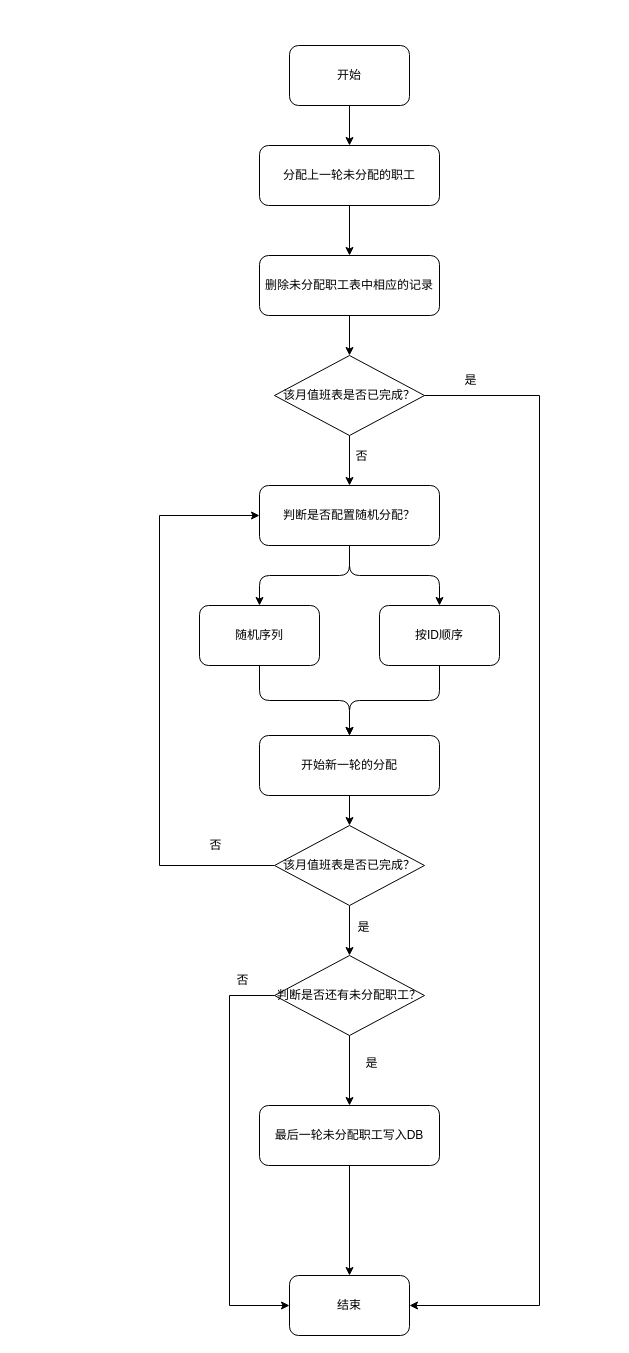
This is at.drawio from hanzug/draw.io, a draw.io file, before an edit. Source tidied: cells renumbered, new cells numbered last; positions are measured from the earlier drawing's top-left corner, leaving out a move shared by most shapes. Both pictures are drawn from the tidied source at 100%, with x=0, y=0 at pixel (159, 45).
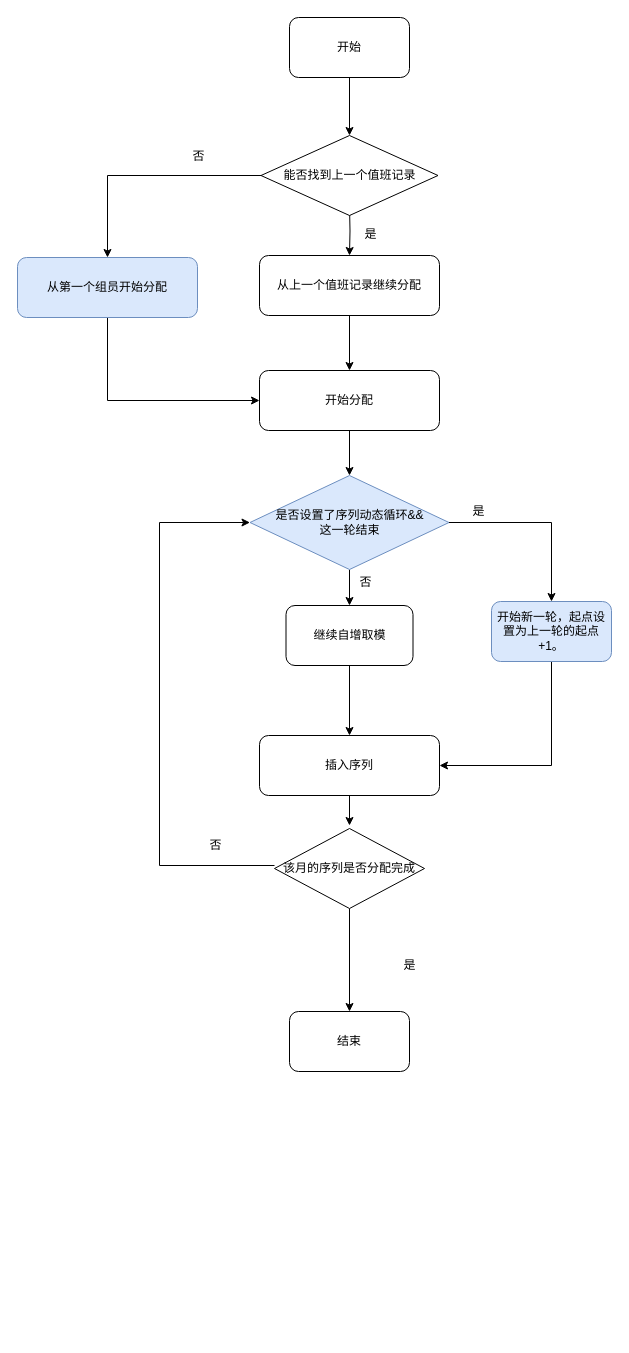
The same diagram, later.

Diff of the diagram source:
```diff
@@
-    <mxCell id="2" style="edgeStyle=orthogonalEdgeStyle;rounded=0;jettySize=auto;html=1;exitX=0.5;exitY=1;exitDx=0;exitDy=0;entryX=0.5;entryY=0;entryDx=0;entryDy=0;" parent="1" edge="1" source="3" target="8">
-      <mxGeometry relative="1" as="geometry" />
-    </mxCell>
+    <mxCell id="35" style="edgeStyle=orthogonalEdgeStyle;rounded=0;jettySize=auto;html=1;exitX=0.5;exitY=1;exitDx=0;exitDy=0;entryX=0.5;entryY=0;entryDx=0;entryDy=0;" parent="1" edge="1" source="3" target="38">
+      <mxGeometry relative="1" as="geometry" />
+    </mxCell>
     <mxCell id="3" value="开始" style="rounded=1;whiteSpace=wrap;html=1;" parent="1" vertex="1">
-      <mxGeometry x="130" width="120" height="60" as="geometry" />
+      <mxGeometry x="130" y="-28" width="120" height="60" as="geometry" />
     </mxCell>
-    <mxCell id="4" value="判断是否配置随机分配？" style="rounded=1;whiteSpace=wrap;html=1;" parent="1" vertex="1">
-      <mxGeometry x="100" y="440" width="180" height="60" as="geometry" />
-    </mxCell>
-    <mxCell id="5" value="随机序列" style="rounded=1;whiteSpace=wrap;html=1;" parent="1" vertex="1">
-      <mxGeometry x="40" y="560" width="120" height="60" as="geometry" />
+    <mxCell id="5" value="继续自增取模" style="rounded=1;whiteSpace=wrap;html=1;" parent="1" vertex="1">
+      <mxGeometry x="126.5" y="560" width="127" height="60" as="geometry" />
     </mxCell>
+    <mxCell id="15" style="edgeStyle=orthogonalEdgeStyle;rounded=0;jettySize=auto;html=1;exitX=0.5;exitY=1;exitDx=0;exitDy=0;entryX=1;entryY=0.5;entryDx=0;entryDy=0;" parent="1" edge="1" source="6" target="17">
+      <mxGeometry relative="1" as="geometry" />
+    </mxCell>
-    <mxCell id="6" value="按ID顺序" style="rounded=1;whiteSpace=wrap;html=1;" parent="1" vertex="1">
-      <mxGeometry x="220" y="560" width="120" height="60" as="geometry" />
+    <mxCell id="6" value="&lt;div&gt;开始新一轮，起点设置为上一轮的起点+1。&lt;/div&gt;" style="rounded=1;whiteSpace=wrap;html=1;fillColor=#dae8fc;strokeColor=#6c8ebf;" parent="1" vertex="1">
+      <mxGeometry x="332" y="556" width="120" height="60" as="geometry" />
     </mxCell>
-    <mxCell id="7" style="edgeStyle=orthogonalEdgeStyle;rounded=0;jettySize=auto;html=1;exitX=0.5;exitY=1;exitDx=0;exitDy=0;entryX=0.5;entryY=0;entryDx=0;entryDy=0;" parent="1" edge="1" source="8" target="28">
-      <mxGeometry relative="1" as="geometry" />
+    <mxCell id="7" style="edgeStyle=orthogonalEdgeStyle;rounded=0;jettySize=auto;html=1;exitX=0.5;exitY=1;exitDx=0;exitDy=0;entryX=0.5;entryY=0;entryDx=0;entryDy=0;" parent="1" edge="1" target="28">
+      <mxGeometry relative="1" as="geometry">
+        <mxPoint x="190" y="160" as="sourcePoint" />
+      </mxGeometry>
     </mxCell>
-    <mxCell id="8" value="分配上一轮未分配的职工" style="rounded=1;whiteSpace=wrap;html=1;" parent="1" vertex="1">
-      <mxGeometry x="100" y="100" width="180" height="60" as="geometry" />
-    </mxCell>
     <mxCell id="9" value="结束" style="rounded=1;whiteSpace=wrap;html=1;" parent="1" vertex="1">
-      <mxGeometry x="130" y="1230" width="120" height="60" as="geometry" />
+      <mxGeometry x="130" y="966" width="120" height="60" as="geometry" />
     </mxCell>
-    <mxCell id="10" style="edgeStyle=orthogonalEdgeStyle;rounded=0;jettySize=auto;html=1;exitX=0.5;exitY=1;exitDx=0;exitDy=0;" parent="1" edge="1" source="11" target="9">
-      <mxGeometry relative="1" as="geometry" />
-    </mxCell>
-    <mxCell id="11" value="最后一轮未分配职工写入DB" style="rounded=1;whiteSpace=wrap;html=1;" parent="1" vertex="1">
-      <mxGeometry x="100" y="1060" width="180" height="60" as="geometry" />
-    </mxCell>
-    <mxCell id="12" style="edgeStyle=orthogonalEdgeStyle;rounded=1;jettySize=auto;html=1;exitX=0.5;exitY=1;exitDx=0;exitDy=0;" parent="1" edge="1" source="4" target="5">
-      <mxGeometry relative="1" as="geometry">
-        <Array as="points">
-          <mxPoint x="190" y="530" />
-          <mxPoint x="100" y="530" />
-        </Array>
-      </mxGeometry>
-    </mxCell>
-    <mxCell id="13" style="edgeStyle=orthogonalEdgeStyle;rounded=1;jettySize=auto;html=1;exitX=0.5;exitY=1;exitDx=0;exitDy=0;" parent="1" edge="1" source="4" target="6">
-      <mxGeometry relative="1" as="geometry" />
-    </mxCell>
@@
-    <mxCell id="15" style="edgeStyle=orthogonalEdgeStyle;rounded=1;jettySize=auto;html=1;exitX=0.5;exitY=1;exitDx=0;exitDy=0;entryX=0.5;entryY=0;entryDx=0;entryDy=0;" parent="1" edge="1" source="6" target="17">
-      <mxGeometry relative="1" as="geometry" />
-    </mxCell>
-    <mxCell id="16" style="edgeStyle=orthogonalEdgeStyle;rounded=0;jettySize=auto;html=1;exitX=0.5;exitY=1;exitDx=0;exitDy=0;entryX=0.5;entryY=0;entryDx=0;entryDy=0;" parent="1" edge="1" source="17" target="26">
-      <mxGeometry relative="1" as="geometry" />
+    <mxCell id="16" style="edgeStyle=orthogonalEdgeStyle;rounded=0;jettySize=auto;html=1;exitX=0.5;exitY=1;exitDx=0;exitDy=0;entryX=0.5;entryY=0;entryDx=0;entryDy=0;" parent="1" edge="1" source="17">
+      <mxGeometry relative="1" as="geometry">
+        <mxPoint x="190" y="780" as="targetPoint" />
+      </mxGeometry>
     </mxCell>
-    <mxCell id="17" value="开始新一轮的分配" style="rounded=1;whiteSpace=wrap;html=1;" parent="1" vertex="1">
+    <mxCell id="17" value="插入序列" style="rounded=1;whiteSpace=wrap;html=1;" parent="1" vertex="1">
       <mxGeometry x="100" y="690" width="180" height="60" as="geometry" />
     </mxCell>
-    <mxCell id="18" style="edgeStyle=orthogonalEdgeStyle;rounded=0;jettySize=auto;html=1;exitX=1;exitY=0.5;exitDx=0;exitDy=0;entryX=1;entryY=0.5;entryDx=0;entryDy=0;" parent="1" edge="1" source="20" target="9">
-      <mxGeometry relative="1" as="geometry">
-        <Array as="points">
-          <mxPoint x="380" y="350" />
-          <mxPoint x="380" y="1260" />
-        </Array>
-      </mxGeometry>
+    <mxCell id="18" style="edgeStyle=orthogonalEdgeStyle;rounded=0;jettySize=auto;html=1;exitX=0.5;exitY=1;exitDx=0;exitDy=0;" parent="1" edge="1" source="20" target="9">
+      <mxGeometry relative="1" as="geometry" />
     </mxCell>
-    <mxCell id="19" style="edgeStyle=orthogonalEdgeStyle;rounded=0;jettySize=auto;html=1;exitX=0.5;exitY=1;exitDx=0;exitDy=0;entryX=0.5;entryY=0;entryDx=0;entryDy=0;" parent="1" edge="1" source="20" target="4">
-      <mxGeometry relative="1" as="geometry" />
-    </mxCell>
-    <mxCell id="20" value="该月值班表是否已完成？" style="rhombus;whiteSpace=wrap;html=1;" parent="1" vertex="1">
-      <mxGeometry x="115" y="310" width="150" height="80" as="geometry" />
+    <mxCell id="20" value="该月的序列是否分配完成" style="rhombus;whiteSpace=wrap;html=1;" parent="1" vertex="1">
+      <mxGeometry x="115" y="783" width="150" height="80" as="geometry" />
     </mxCell>
-    <mxCell id="21" style="edgeStyle=orthogonalEdgeStyle;rounded=0;jettySize=auto;html=1;exitX=0.5;exitY=1;exitDx=0;exitDy=0;entryX=0.5;entryY=0;entryDx=0;entryDy=0;" parent="1" edge="1" source="23" target="11">
-      <mxGeometry relative="1" as="geometry" />
-    </mxCell>
-    <mxCell id="22" style="edgeStyle=orthogonalEdgeStyle;rounded=0;jettySize=auto;html=1;exitX=0;exitY=0.5;exitDx=0;exitDy=0;entryX=0;entryY=0.5;entryDx=0;entryDy=0;" parent="1" edge="1" source="23" target="9">
-      <mxGeometry relative="1" as="geometry">
-        <Array as="points">
-          <mxPoint x="70" y="950" />
-          <mxPoint x="70" y="1260" />
-        </Array>
-      </mxGeometry>
-    </mxCell>
-    <mxCell id="23" value="判断是否还有未分配职工？" style="rhombus;whiteSpace=wrap;html=1;" parent="1" vertex="1">
-      <mxGeometry x="115" y="910" width="150" height="80" as="geometry" />
-    </mxCell>
-    <mxCell id="24" style="edgeStyle=orthogonalEdgeStyle;rounded=0;jettySize=auto;html=1;exitX=0.5;exitY=1;exitDx=0;exitDy=0;entryX=0.5;entryY=0;entryDx=0;entryDy=0;" parent="1" edge="1" source="26" target="23">
-      <mxGeometry relative="1" as="geometry" />
-    </mxCell>
-    <mxCell id="25" style="edgeStyle=orthogonalEdgeStyle;rounded=0;jettySize=auto;html=1;exitX=0;exitY=0.5;exitDx=0;exitDy=0;entryX=0;entryY=0.5;entryDx=0;entryDy=0;" parent="1" edge="1" source="26" target="4">
+    <mxCell id="25" style="edgeStyle=orthogonalEdgeStyle;rounded=0;jettySize=auto;html=1;exitX=0;exitY=0.5;exitDx=0;exitDy=0;entryX=0;entryY=0.5;entryDx=0;entryDy=0;" parent="1" edge="1" target="43">
       <mxGeometry relative="1" as="geometry">
+        <mxPoint x="115" y="820" as="sourcePoint" />
         <Array as="points">
           <mxPoint y="820" />
-          <mxPoint y="470" />
+          <mxPoint y="477" />
         </Array>
       </mxGeometry>
     </mxCell>
-    <mxCell id="26" value="该月值班表是否已完成？" style="rhombus;whiteSpace=wrap;html=1;" parent="1" vertex="1">
-      <mxGeometry x="115" y="780" width="150" height="80" as="geometry" />
-    </mxCell>
-    <mxCell id="27" style="edgeStyle=orthogonalEdgeStyle;rounded=0;jettySize=auto;html=1;exitX=0.5;exitY=1;exitDx=0;exitDy=0;entryX=0.5;entryY=0;entryDx=0;entryDy=0;" parent="1" edge="1" source="28" target="20">
-      <mxGeometry relative="1" as="geometry" />
-    </mxCell>
+    <mxCell id="36" style="edgeStyle=orthogonalEdgeStyle;rounded=0;jettySize=auto;html=1;exitX=0.5;exitY=1;exitDx=0;exitDy=0;" parent="1" edge="1" source="28" target="45">
+      <mxGeometry relative="1" as="geometry" />
+    </mxCell>
-    <mxCell id="28" value="删除未分配职工表中相应的记录" style="rounded=1;whiteSpace=wrap;html=1;" parent="1" vertex="1">
+    <mxCell id="28" value="从上一个值班记录继续分配" style="rounded=1;whiteSpace=wrap;html=1;" parent="1" vertex="1">
       <mxGeometry x="100" y="210" width="180" height="60" as="geometry" />
     </mxCell>
     <mxCell id="29" value="是" style="text;html=1;align=center;verticalAlign=middle;strokeColor=none;fillColor=none;" parent="1" vertex="1">
-      <mxGeometry x="296" y="322" width="30" height="26" as="geometry" />
+      <mxGeometry x="196" y="176" width="30" height="26" as="geometry" />
     </mxCell>
-    <mxCell id="30" value="否" style="text;html=1;align=center;verticalAlign=middle;strokeColor=none;fillColor=none;" parent="1" vertex="1">
-      <mxGeometry x="187" y="398" width="30" height="26" as="geometry" />
-    </mxCell>
@@
+    <mxCell id="33" value="是" style="text;html=1;align=center;verticalAlign=middle;strokeColor=none;fillColor=none;" parent="1" vertex="1">
+      <mxGeometry x="235" y="907" width="30" height="26" as="geometry" />
+    </mxCell>
+    <mxCell id="37" style="edgeStyle=orthogonalEdgeStyle;rounded=0;jettySize=auto;html=1;exitX=0;exitY=0.5;exitDx=0;exitDy=0;entryX=0.5;entryY=0;entryDx=0;entryDy=0;" parent="1" edge="1" source="38" target="40">
+      <mxGeometry relative="1" as="geometry" />
+    </mxCell>
+    <mxCell id="38" value="能否找到上一个值班记录" style="rhombus;whiteSpace=wrap;html=1;" parent="1" vertex="1">
+      <mxGeometry x="101.5" y="90" width="177" height="80" as="geometry" />
+    </mxCell>
+    <mxCell id="39" style="edgeStyle=orthogonalEdgeStyle;rounded=0;jettySize=auto;html=1;exitX=0.5;exitY=1;exitDx=0;exitDy=0;entryX=0;entryY=0.5;entryDx=0;entryDy=0;" parent="1" edge="1" source="40" target="45">
+      <mxGeometry relative="1" as="geometry" />
+    </mxCell>
+    <mxCell id="40" value="从第一个组员开始分配" style="rounded=1;whiteSpace=wrap;html=1;fillColor=#dae8fc;strokeColor=#6c8ebf;" parent="1" vertex="1">
+      <mxGeometry x="-142" y="212" width="180" height="60" as="geometry" />
+    </mxCell>
+    <mxCell id="41" style="edgeStyle=orthogonalEdgeStyle;rounded=0;jettySize=auto;html=1;exitX=0.5;exitY=1;exitDx=0;exitDy=0;entryX=0.5;entryY=0;entryDx=0;entryDy=0;" parent="1" edge="1" source="43" target="5">
+      <mxGeometry relative="1" as="geometry" />
+    </mxCell>
+    <mxCell id="42" style="edgeStyle=orthogonalEdgeStyle;rounded=0;jettySize=auto;html=1;exitX=1;exitY=0.5;exitDx=0;exitDy=0;" parent="1" edge="1" source="43" target="6">
+      <mxGeometry relative="1" as="geometry" />
+    </mxCell>
+    <mxCell id="43" value="是否设置了序列动态循环&amp;amp;&amp;amp;&lt;div&gt;这一轮结束&lt;/div&gt;" style="rhombus;whiteSpace=wrap;html=1;fillColor=#dae8fc;strokeColor=#6c8ebf;" parent="1" vertex="1">
+      <mxGeometry x="90.5" y="430" width="199" height="94" as="geometry" />
+    </mxCell>
+    <mxCell id="44" style="edgeStyle=orthogonalEdgeStyle;rounded=0;jettySize=auto;html=1;exitX=0.5;exitY=1;exitDx=0;exitDy=0;entryX=0.5;entryY=0;entryDx=0;entryDy=0;" parent="1" edge="1" source="45" target="43">
+      <mxGeometry relative="1" as="geometry" />
+    </mxCell>
+    <mxCell id="45" value="开始分配" style="rounded=1;whiteSpace=wrap;html=1;" parent="1" vertex="1">
+      <mxGeometry x="100" y="325" width="180" height="60" as="geometry" />
+    </mxCell>
+    <mxCell id="46" value="否" style="text;html=1;align=center;verticalAlign=middle;strokeColor=none;fillColor=none;" parent="1" vertex="1">
+      <mxGeometry x="191" y="524" width="30" height="26" as="geometry" />
+    </mxCell>
     <mxCell id="32" value="是" style="text;html=1;align=center;verticalAlign=middle;strokeColor=none;fillColor=none;" parent="1" vertex="1">
-      <mxGeometry x="189" y="869" width="30" height="26" as="geometry" />
+      <mxGeometry x="304" y="453" width="30" height="26" as="geometry" />
     </mxCell>
-    <mxCell id="33" value="是" style="text;html=1;align=center;verticalAlign=middle;strokeColor=none;fillColor=none;" parent="1" vertex="1">
-      <mxGeometry x="197" y="1005" width="30" height="26" as="geometry" />
-    </mxCell>
-    <mxCell id="34" value="否" style="text;html=1;align=center;verticalAlign=middle;strokeColor=none;fillColor=none;" parent="1" vertex="1">
-      <mxGeometry x="68" y="922" width="30" height="26" as="geometry" />
-    </mxCell>
+    <mxCell id="47" value="否" style="text;html=1;align=center;verticalAlign=middle;strokeColor=none;fillColor=none;" parent="1" vertex="1">
+      <mxGeometry x="24" y="98" width="30" height="26" as="geometry" />
+    </mxCell>
```
